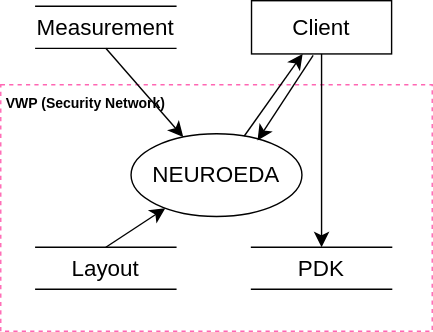
with2say/swarchitect keeps this draw.io diagram as context_diagram.svg. Above is the earlier version. Source tidied: cells renumbered, new cells last; positions are measured from the earlier drawing's top-left corner, leaving out a move shared by most shapes.
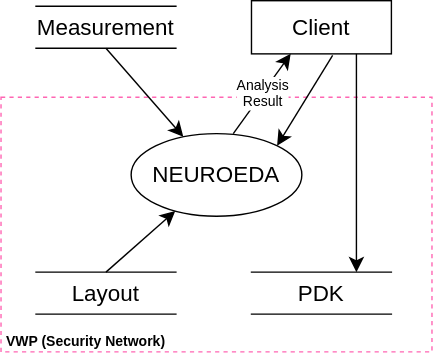
After the commit.

Change to the diagram source:
```diff
@@ -2,17 +2,17 @@
   <root>
     <mxCell id="0" />
     <mxCell id="1" parent="0" />
-    <mxCell id="2" value="&lt;font style=&quot;font-size: 10px;&quot;&gt;VWP (Security Network)&lt;/font&gt;" style="html=1;fontColor=#000000;fontStyle=1;align=left;verticalAlign=top;spacing=0;labelBorderColor=none;fillColor=none;dashed=1;strokeWidth=1;strokeColor=#FF66B3;spacingLeft=4;spacingTop=-3;fontSize=16;" parent="1" vertex="1">
-      <mxGeometry y="60" width="308" height="176" as="geometry" />
+    <mxCell id="2" value="&lt;font style=&quot;font-size: 10px;&quot;&gt;VWP (Security Network)&lt;/font&gt;" style="html=1;fontColor=#000000;fontStyle=1;align=left;verticalAlign=bottom;spacing=0;labelBorderColor=none;fillColor=none;dashed=1;strokeWidth=1;strokeColor=#FF66B3;spacingLeft=4;spacingTop=-3;fontSize=16;" parent="1" vertex="1">
+      <mxGeometry y="69" width="308" height="182" as="geometry" />
     </mxCell>
     <mxCell id="3" value="Layout" style="html=1;dashed=0;whiteSpace=wrap;shape=partialRectangle;right=0;left=0;fontSize=16;" parent="1" vertex="1">
-      <mxGeometry x="25" y="176" width="100" height="30" as="geometry" />
+      <mxGeometry x="25" y="194" width="100" height="30" as="geometry" />
     </mxCell>
     <mxCell id="4" value="NEUROEDA" style="ellipse;whiteSpace=wrap;html=1;fontSize=16;" parent="1" vertex="1">
       <mxGeometry x="93" y="95" width="122" height="59" as="geometry" />
     </mxCell>
     <mxCell id="5" value="PDK" style="html=1;dashed=0;whiteSpace=wrap;shape=partialRectangle;right=0;left=0;fontSize=16;" parent="1" vertex="1">
-      <mxGeometry x="179" y="176" width="100" height="30" as="geometry" />
+      <mxGeometry x="179" y="194" width="100" height="30" as="geometry" />
     </mxCell>
     <mxCell id="6" value="Measurement" style="html=1;dashed=0;whiteSpace=wrap;shape=partialRectangle;right=0;left=0;fontSize=16;" parent="1" vertex="1">
       <mxGeometry x="25" y="4" width="100" height="30" as="geometry" />
@@ -26,16 +26,18 @@
     <mxCell id="9" value="Client" style="rounded=0;whiteSpace=wrap;html=1;fontSize=16;" parent="1" vertex="1">
       <mxGeometry x="179" width="100" height="38" as="geometry" />
     </mxCell>
-    <mxCell id="10" style="endArrow=classic;html=1;rounded=0;fontSize=12;startSize=8;endSize=8;curved=1;exitX=0.5;exitY=1;exitDx=0;exitDy=0;" parent="1" edge="1" source="9" target="5">
+    <mxCell id="10" style="endArrow=classic;html=1;rounded=0;fontSize=12;startSize=8;endSize=8;curved=1;exitX=0.75;exitY=1;exitDx=0;exitDy=0;entryX=0.75;entryY=0;entryDx=0;entryDy=0;" parent="1" edge="1" source="9" target="5">
       <mxGeometry relative="1" as="geometry" />
     </mxCell>
-    <mxCell id="11" style="curved=1;endArrow=classic;html=1;rounded=0;fontSize=12;startSize=8;endSize=8;" parent="1" edge="1" source="4" target="9">
-      <mxGeometry relative="1" as="geometry" />
+    <mxCell id="11" value="Analysis&lt;br style=&quot;font-size: 10px;&quot;&gt;Result" style="curved=1;endArrow=classic;html=1;rounded=0;fontSize=10;startSize=8;endSize=8;exitX=0.5;exitY=0;exitDx=0;exitDy=0;entryX=0.16;entryY=1;entryDx=0;entryDy=0;entryPerimeter=0;" parent="1" edge="1">
+      <mxGeometry relative="1" as="geometry">
+        <mxPoint x="166" y="95" as="sourcePoint" />
+        <mxPoint x="207" y="38" as="targetPoint" />
+      </mxGeometry>
     </mxCell>
-    <mxCell id="12" style="curved=1;endArrow=classic;html=1;rounded=0;fontSize=12;startSize=8;endSize=8;entryX=1;entryY=0;entryDx=0;entryDy=0;" parent="1" edge="1">
+    <mxCell id="12" style="curved=1;endArrow=classic;html=1;rounded=0;fontSize=12;startSize=8;endSize=8;entryX=1;entryY=0;entryDx=0;entryDy=0;" parent="1" edge="1" target="4">
       <mxGeometry relative="1" as="geometry">
-        <mxPoint x="223" y="39" as="sourcePoint" />
-        <mxPoint x="183.3" y="99.7" as="targetPoint" />
+        <mxPoint x="237" y="39" as="sourcePoint" />
       </mxGeometry>
     </mxCell>
   </root>
```
